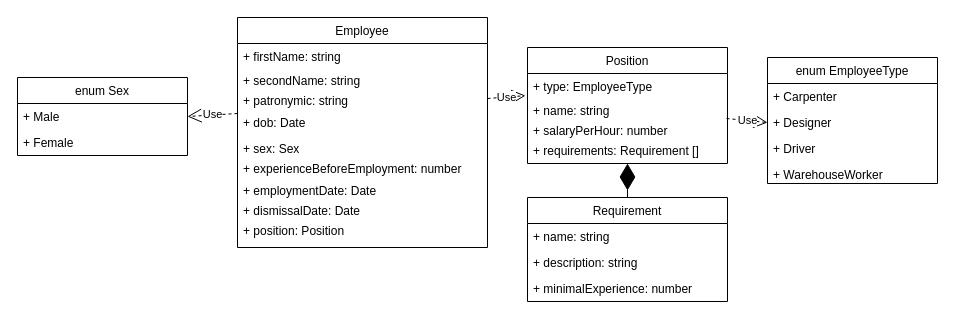
The draw.io diagram HR/hr.drawio in CloudOpsMaster/factoryBusinessOptimisation, before the edit. Source tidied: cells renumbered, new cells numbered last; positions are measured from the earlier drawing's top-left corner, leaving out a move shared by most shapes. Both pictures are drawn from the tidied source at 100%, with x=0, y=0 at pixel (17, 17).
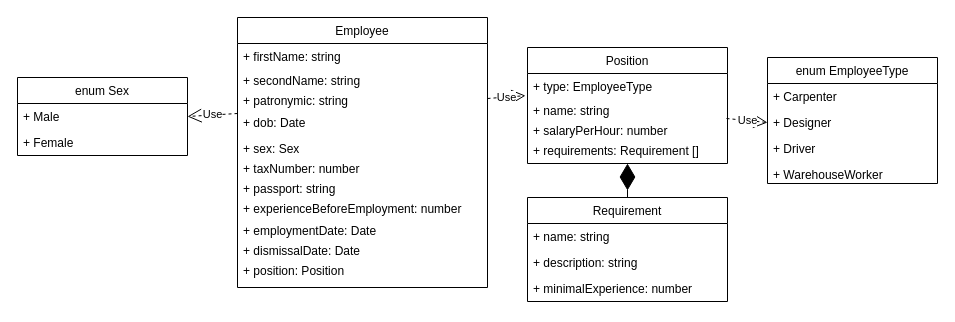
Above is the later version.

Commit message:
HR: add passport, tax nmber

Diff of the diagram source:
```diff
@@
     <mxCell id="2" value="Employee" style="swimlane;fontStyle=0;horizontal=1;startSize=26;fillColor=none;" parent="1" vertex="1">
-      <mxGeometry x="220" width="250" height="230" as="geometry" />
+      <mxGeometry x="220" width="250" height="270" as="geometry" />
     </mxCell>
@@
+    <mxCell id="33" value="+ taxNumber: number" style="text;strokeColor=none;fillColor=none;align=left;verticalAlign=top;spacingLeft=4;spacingRight=4;overflow=hidden;" parent="2" vertex="1">
+      <mxGeometry y="138" width="250" height="20" as="geometry" />
+    </mxCell>
+    <mxCell id="34" value="+ passport: string" style="text;strokeColor=none;fillColor=none;align=left;verticalAlign=top;spacingLeft=4;spacingRight=4;overflow=hidden;" parent="2" vertex="1">
+      <mxGeometry y="158" width="250" height="20" as="geometry" />
+    </mxCell>
     <mxCell id="8" value="+ experienceBeforeEmployment: number" style="text;strokeColor=none;fillColor=none;align=left;verticalAlign=top;spacingLeft=4;spacingRight=4;overflow=hidden;" parent="2" vertex="1">
-      <mxGeometry y="138" width="250" height="22" as="geometry" />
+      <mxGeometry y="178" width="250" height="22" as="geometry" />
     </mxCell>
     <mxCell id="9" value="+ employmentDate: Date" style="text;strokeColor=none;fillColor=none;align=left;verticalAlign=top;spacingLeft=4;spacingRight=4;overflow=hidden;" parent="2" vertex="1">
-      <mxGeometry y="160" width="250" height="20" as="geometry" />
+      <mxGeometry y="200" width="250" height="20" as="geometry" />
     </mxCell>
     <mxCell id="10" value="+ dismissalDate: Date" style="text;strokeColor=none;fillColor=none;align=left;verticalAlign=top;spacingLeft=4;spacingRight=4;overflow=hidden;" parent="2" vertex="1">
-      <mxGeometry y="180" width="250" height="20" as="geometry" />
+      <mxGeometry y="220" width="250" height="20" as="geometry" />
     </mxCell>
     <mxCell id="11" value="+ position: Position" style="text;strokeColor=none;fillColor=none;align=left;verticalAlign=top;spacingLeft=4;spacingRight=4;overflow=hidden;" parent="2" vertex="1">
-      <mxGeometry y="200" width="250" height="30" as="geometry" />
+      <mxGeometry y="240" width="250" height="30" as="geometry" />
     </mxCell>
```
